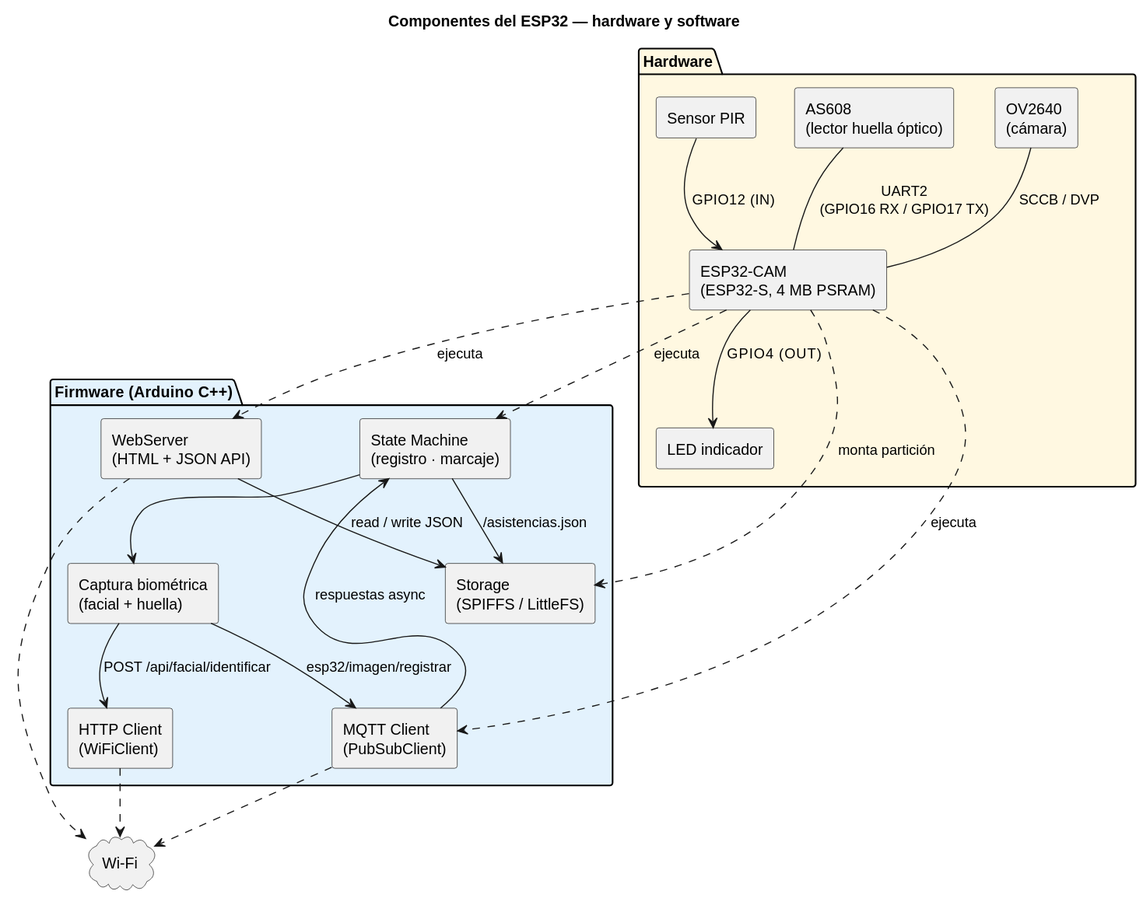
Earlier version of the PlantUML export Informe/diagrams/componentes_esp32.svg (BorgTb/AsistenciaBackendFinal). The source it was exported from:
```plantuml
@startuml
title Componentes del ESP32 — hardware y software

skinparam shadowing false
skinparam componentStyle rectangle

package "Hardware" #FFF8E1 {
  component "ESP32-CAM\n(ESP32-S, 4 MB PSRAM)" as MCU
  component "OV2640\n(cámara)" as CAM
  component "AS608\n(lector huella óptico)" as FP
  component "Sensor PIR" as PIR
  component "LED indicador" as LED

  CAM  --  MCU : SCCB / DVP
  FP   --  MCU : UART2\n(GPIO16 RX / GPIO17 TX)
  PIR  -->  MCU : GPIO12  (IN)
  MCU  -->  LED : GPIO4   (OUT)
}

package "Firmware  (Arduino C++)" #E3F2FD {
  component "WebServer\n(HTML + JSON API)" as WEB
  component "MQTT Client\n(PubSubClient)" as MQ
  component "HTTP Client\n(WiFiClient)" as HTTP
  component "Storage\n(SPIFFS / LittleFS)" as FS
  component "State Machine\n(registro · marcaje)" as SM
  component "Captura biométrica\n(facial + huella)" as BIO

  WEB  -->  FS  : read / write JSON
  SM   -->  BIO
  SM   -->  FS  : /asistencias.json
  BIO  -->  MQ  : esp32/imagen/registrar
  BIO  -->  HTTP : POST /api/facial/identificar
  MQ   -->  SM  : respuestas async
}

MCU ..> WEB  : ejecuta
MCU ..> MQ   : ejecuta
MCU ..> SM   : ejecuta
MCU ..> FS   : monta partición

cloud "Wi-Fi" as WIFI
MQ   ..>  WIFI
HTTP ..>  WIFI
WEB  ..>  WIFI
@enduml
```
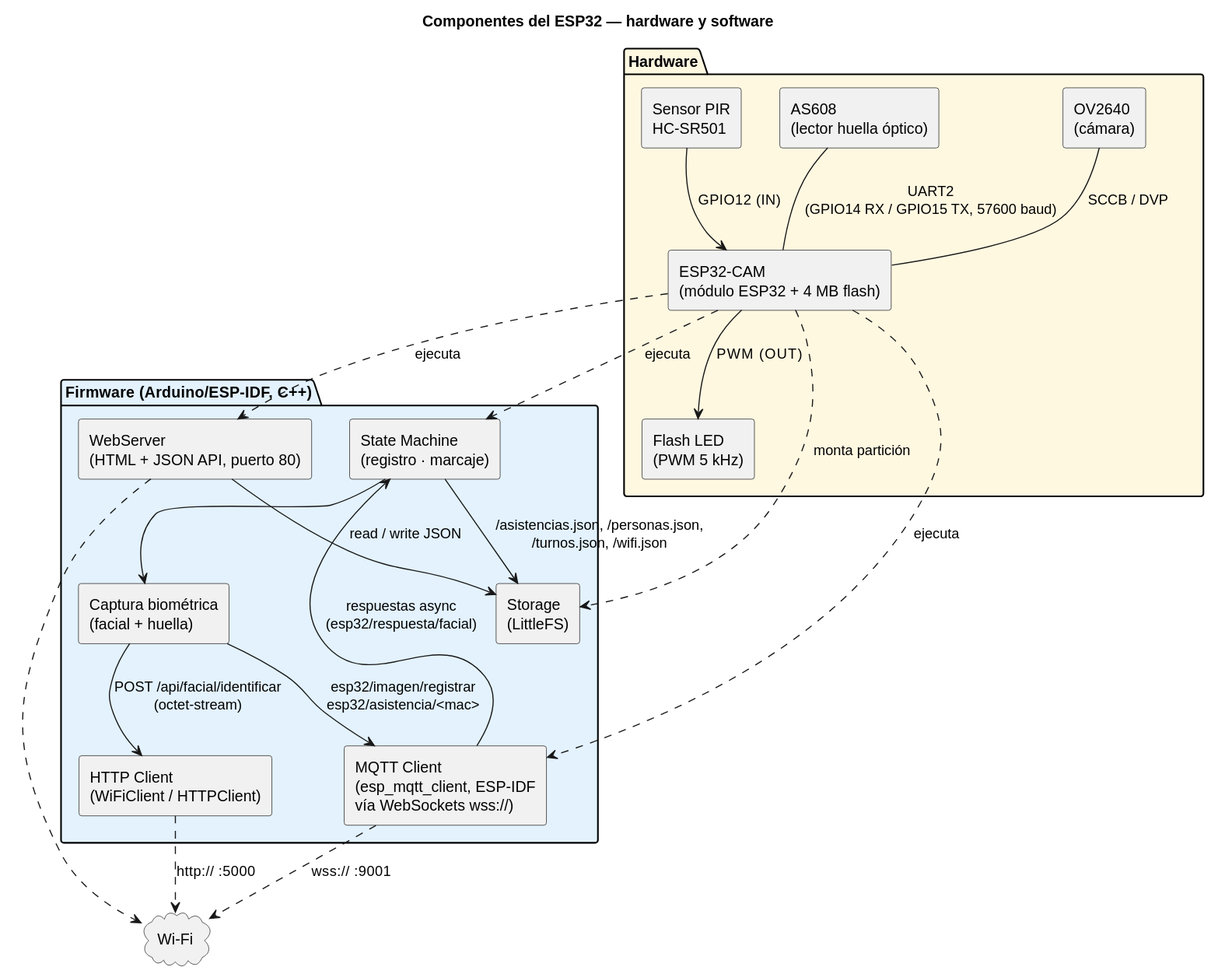
After the commit.

What changed in the source:
```diff
@@ -5,32 +5,32 @@
 skinparam componentStyle rectangle
 
 package "Hardware" #FFF8E1 {
-  component "ESP32-CAM\n(ESP32-S, 4 MB PSRAM)" as MCU
+  component "ESP32-CAM\n(módulo ESP32 + 4 MB flash)" as MCU
   component "OV2640\n(cámara)" as CAM
   component "AS608\n(lector huella óptico)" as FP
-  component "Sensor PIR" as PIR
-  component "LED indicador" as LED
+  component "Sensor PIR\nHC-SR501" as PIR
+  component "Flash LED\n(PWM 5 kHz)" as LED
 
   CAM  --  MCU : SCCB / DVP
-  FP   --  MCU : UART2\n(GPIO16 RX / GPIO17 TX)
+  FP   --  MCU : UART2\n(GPIO14 RX / GPIO15 TX, 57600 baud)
   PIR  -->  MCU : GPIO12  (IN)
-  MCU  -->  LED : GPIO4   (OUT)
+  MCU  -->  LED : PWM   (OUT)
 }
 
-package "Firmware  (Arduino C++)" #E3F2FD {
-  component "WebServer\n(HTML + JSON API)" as WEB
-  component "MQTT Client\n(PubSubClient)" as MQ
-  component "HTTP Client\n(WiFiClient)" as HTTP
-  component "Storage\n(SPIFFS / LittleFS)" as FS
+package "Firmware  (Arduino/ESP-IDF, C++)" #E3F2FD {
+  component "WebServer\n(HTML + JSON API, puerto 80)" as WEB
+  component "MQTT Client\n(esp_mqtt_client, ESP-IDF\nvía WebSockets wss://)" as MQ
+  component "HTTP Client\n(WiFiClient / HTTPClient)" as HTTP
+  component "Storage\n(LittleFS)" as FS
   component "State Machine\n(registro · marcaje)" as SM
   component "Captura biométrica\n(facial + huella)" as BIO
 
   WEB  -->  FS  : read / write JSON
   SM   -->  BIO
-  SM   -->  FS  : /asistencias.json
-  BIO  -->  MQ  : esp32/imagen/registrar
-  BIO  -->  HTTP : POST /api/facial/identificar
-  MQ   -->  SM  : respuestas async
+  SM   -->  FS  : /asistencias.json, /personas.json,\n/turnos.json, /wifi.json
+  BIO  -->  MQ  : esp32/imagen/registrar\nesp32/asistencia/<mac>
+  BIO  -->  HTTP : POST /api/facial/identificar\n(octet-stream)
+  MQ   -->  SM  : respuestas async\n(esp32/respuesta/facial)
 }
 
 MCU ..> WEB  : ejecuta
@@ -39,7 +39,7 @@
 MCU ..> FS   : monta partición
 
 cloud "Wi-Fi" as WIFI
-MQ   ..>  WIFI
-HTTP ..>  WIFI
+MQ   ..>  WIFI : wss://  :9001
+HTTP ..>  WIFI : http://  :5000
 WEB  ..>  WIFI
 @enduml
```
